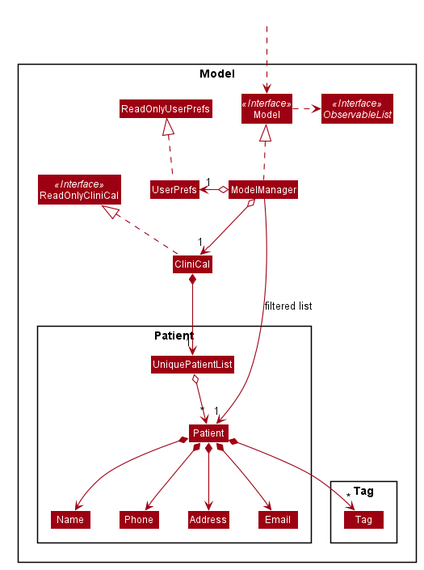
The PlantUML diagram docs/images/ModelClassDiagram.png in nus-cs2103-AY2021S1/tp, before a commit.
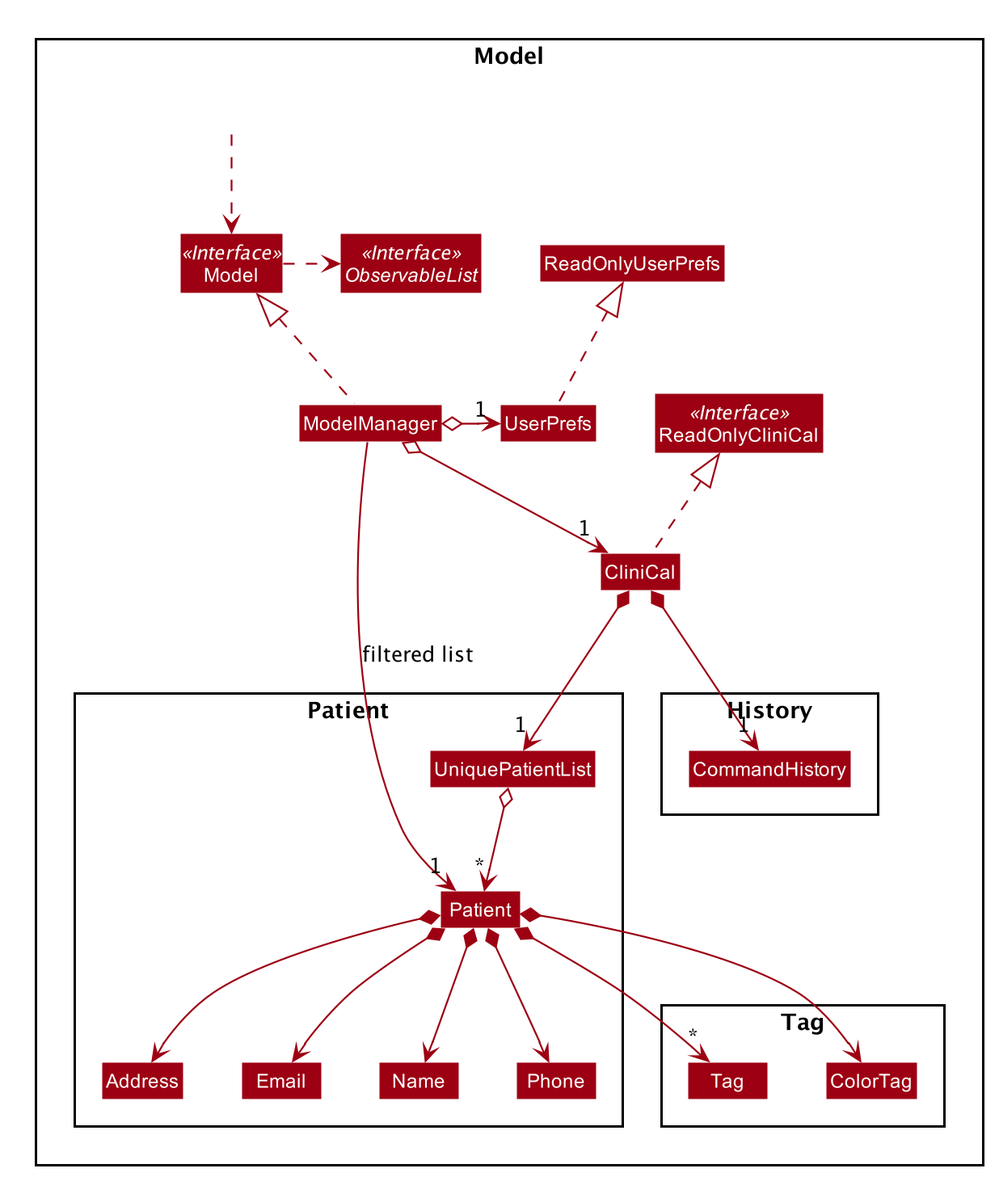
After the change.

Commit message:
Make minor changes to the diagrams

What changed in the source:
```diff
@@ -73,7 +73,12 @@
 
 Package Tag {
 Class Tag
+Class ColorTag
 }
+
+
+Package History {
+Class CommandHistory
 }
 
 Class HiddenOutside #FFFFFF
@@ -88,16 +93,19 @@
 UserPrefs .up.|> ReadOnlyUserPrefs
 
 CliniCal *--> "1" UniquePatientList
+CliniCal *--> "1" CommandHistory
 UniquePatientList o--> "*" Patient
 Patient *--> Name
 Patient *--> Phone
 Patient *--> Email
 Patient *--> Address
+Patient *--> ColorTag
 Patient *--> "*" Tag
 
 Name -[hidden]right-> Phone
 Phone -[hidden]right-> Address
 Address -[hidden]right-> Email
+ColorTag -[hidden]right->Tag
 
 ModelManager -->"1" Patient : filtered list
 @enduml
```
